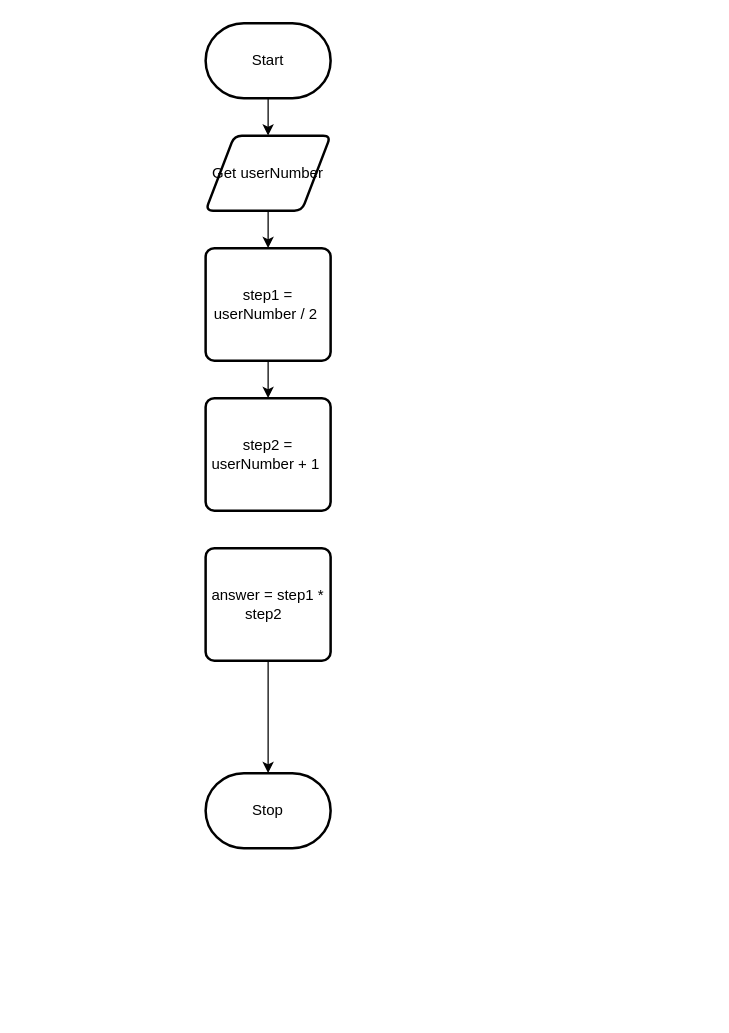
Before: design/flowchart.drawio in MTHS-ICD2O-1-2024/ICD2O-Unit-5-07-Shanea-Jaromay1, a draw.io diagram. Source tidied: cells renumbered, new cells numbered last; positions are measured from the earlier drawing's top-left corner, leaving out a move shared by most shapes. Both pictures are drawn from the tidied source at 125%, with x=0, y=0 at pixel (205, 22).
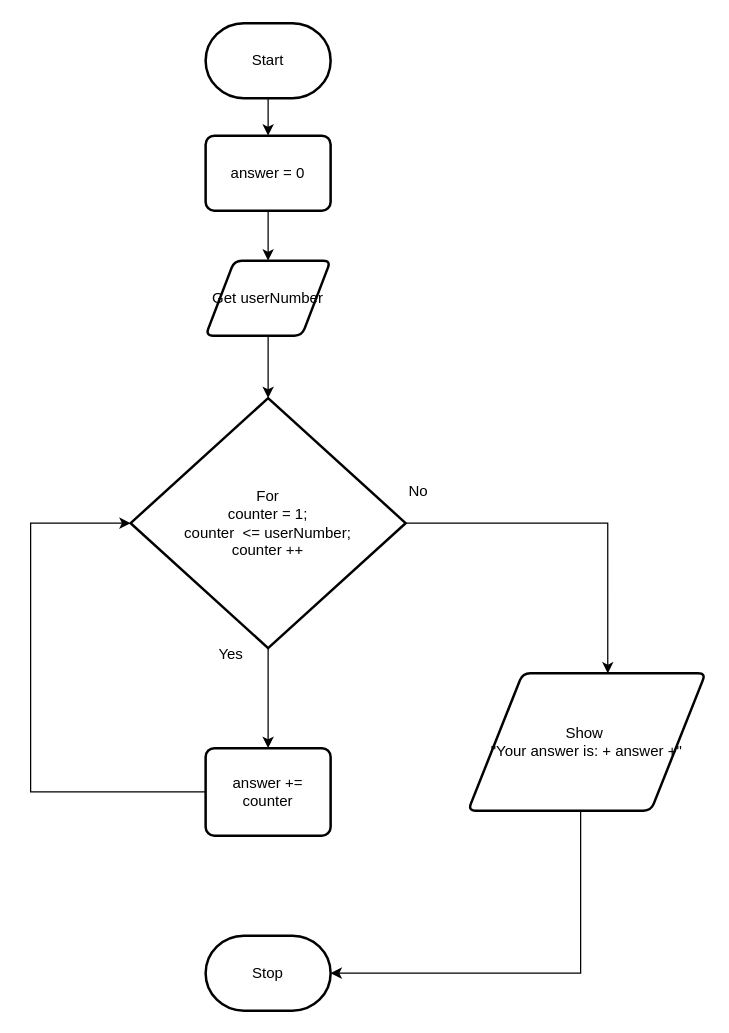
The same page after the edit.

Commit message (it also covers changes not shown here):
updated flowchart and storyboard

Unchanged cells that the change refers to:
```xml
<mxCell id="3" value="Start" style="strokeWidth=2;html=1;shape=mxgraph.flowchart.terminator;whiteSpace=wrap;" parent="1" vertex="1">
  <mxGeometry width="100" height="60" as="geometry" />
</mxCell>
```

Change to the diagram source:
```diff
@@
-    <mxCell id="2" style="edgeStyle=none;html=1;" parent="1" edge="1" source="3" target="6">
-      <mxGeometry relative="1" as="geometry" />
-    </mxCell>
+    <mxCell id="10" style="edgeStyle=none;html=1;" parent="1" edge="1" source="3" target="8">
+      <mxGeometry relative="1" as="geometry" />
+    </mxCell>
@@
     <mxCell id="4" value="Stop" style="strokeWidth=2;html=1;shape=mxgraph.flowchart.terminator;whiteSpace=wrap;" parent="1" vertex="1">
-      <mxGeometry y="600" width="100" height="60" as="geometry" />
+      <mxGeometry y="730" width="100" height="60" as="geometry" />
     </mxCell>
-    <mxCell id="5" style="edgeStyle=none;html=1;" parent="1" edge="1" source="6" target="8">
-      <mxGeometry relative="1" as="geometry" />
-    </mxCell>
+    <mxCell id="12" style="edgeStyle=none;html=1;" parent="1" edge="1" source="6" target="16">
+      <mxGeometry relative="1" as="geometry" />
+    </mxCell>
     <mxCell id="6" value="Get userNumber" style="shape=parallelogram;html=1;strokeWidth=2;perimeter=parallelogramPerimeter;whiteSpace=wrap;rounded=1;arcSize=12;size=0.23;" parent="1" vertex="1">
-      <mxGeometry y="90" width="100" height="60" as="geometry" />
+      <mxGeometry y="190" width="100" height="60" as="geometry" />
     </mxCell>
-    <mxCell id="7" style="edgeStyle=none;html=1;" parent="1" edge="1" source="8" target="9">
-      <mxGeometry relative="1" as="geometry" />
-    </mxCell>
+    <mxCell id="13" style="edgeStyle=none;html=1;" parent="1" edge="1" source="8" target="6">
+      <mxGeometry relative="1" as="geometry" />
+    </mxCell>
-    <mxCell id="8" value="step1 = userNumber / 2&amp;nbsp;" style="rounded=1;whiteSpace=wrap;html=1;absoluteArcSize=1;arcSize=14;strokeWidth=2;" parent="1" vertex="1">
-      <mxGeometry y="180" width="100" height="90" as="geometry" />
+    <mxCell id="8" value="answer = 0" style="rounded=1;whiteSpace=wrap;html=1;absoluteArcSize=1;arcSize=14;strokeWidth=2;" parent="1" vertex="1">
+      <mxGeometry y="90" width="100" height="60" as="geometry" />
     </mxCell>
-    <mxCell id="9" value="step2 = userNumber + 1&amp;nbsp;" style="rounded=1;whiteSpace=wrap;html=1;absoluteArcSize=1;arcSize=14;strokeWidth=2;" parent="1" vertex="1">
-      <mxGeometry y="300" width="100" height="90" as="geometry" />
-    </mxCell>
-    <mxCell id="10" style="edgeStyle=none;html=1;" parent="1" edge="1" source="11" target="4">
-      <mxGeometry relative="1" as="geometry" />
-    </mxCell>
-    <mxCell id="11" value="answer = step1 * step2&amp;nbsp;&amp;nbsp;" style="rounded=1;whiteSpace=wrap;html=1;absoluteArcSize=1;arcSize=14;strokeWidth=2;" parent="1" vertex="1">
-      <mxGeometry y="420" width="100" height="90" as="geometry" />
-    </mxCell>
+    <mxCell id="14" style="edgeStyle=none;html=1;" parent="1" edge="1" source="16" target="19">
+      <mxGeometry relative="1" as="geometry" />
+    </mxCell>
+    <mxCell id="15" style="edgeStyle=orthogonalEdgeStyle;html=1;rounded=0;entryX=0.588;entryY=0.002;entryDx=0;entryDy=0;entryPerimeter=0;" parent="1" edge="1" source="16" target="22">
+      <mxGeometry relative="1" as="geometry" />
+    </mxCell>
+    <mxCell id="16" value="For&lt;div&gt;counter = 1;&lt;/div&gt;&lt;div&gt;counter&amp;nbsp; &amp;lt;= userNumber;&lt;/div&gt;&lt;div&gt;counter ++&lt;/div&gt;" style="strokeWidth=2;html=1;shape=mxgraph.flowchart.decision;whiteSpace=wrap;" parent="1" vertex="1">
+      <mxGeometry x="-60" y="300" width="220" height="200" as="geometry" />
+    </mxCell>
+    <mxCell id="17" value="Yes" style="text;html=1;align=center;verticalAlign=middle;strokeColor=none;fillColor=none;" parent="1" vertex="1">
+      <mxGeometry y="490" width="40" height="30" as="geometry" />
+    </mxCell>
+    <mxCell id="18" style="edgeStyle=orthogonalEdgeStyle;html=1;entryX=0;entryY=0.5;entryDx=0;entryDy=0;entryPerimeter=0;rounded=0;curved=0;" parent="1" edge="1" source="19" target="16">
+      <mxGeometry relative="1" as="geometry">
+        <Array as="points">
+          <mxPoint x="-140" y="615" />
+          <mxPoint x="-140" y="400" />
+        </Array>
+      </mxGeometry>
+    </mxCell>
+    <mxCell id="19" value="answer += counter" style="rounded=1;whiteSpace=wrap;html=1;absoluteArcSize=1;arcSize=14;strokeWidth=2;" parent="1" vertex="1">
+      <mxGeometry y="580" width="100" height="70" as="geometry" />
+    </mxCell>
+    <mxCell id="20" value="No" style="text;html=1;align=center;verticalAlign=middle;strokeColor=none;fillColor=none;" parent="1" vertex="1">
+      <mxGeometry x="150" y="360" width="40" height="30" as="geometry" />
+    </mxCell>
+    <mxCell id="21" style="edgeStyle=orthogonalEdgeStyle;html=1;rounded=0;entryX=1;entryY=0.5;entryDx=0;entryDy=0;entryPerimeter=0;" parent="1" edge="1" source="22" target="4">
+      <mxGeometry relative="1" as="geometry">
+        <Array as="points">
+          <mxPoint x="300" y="760" />
+        </Array>
+      </mxGeometry>
+    </mxCell>
+    <mxCell id="22" value="Show&amp;nbsp;&lt;div&gt;&quot;Your answer is: + answer +&quot;&lt;/div&gt;" style="shape=parallelogram;html=1;strokeWidth=2;perimeter=parallelogramPerimeter;whiteSpace=wrap;rounded=1;arcSize=12;size=0.23;" parent="1" vertex="1">
+      <mxGeometry x="210" y="520" width="190" height="110" as="geometry" />
+    </mxCell>
```
